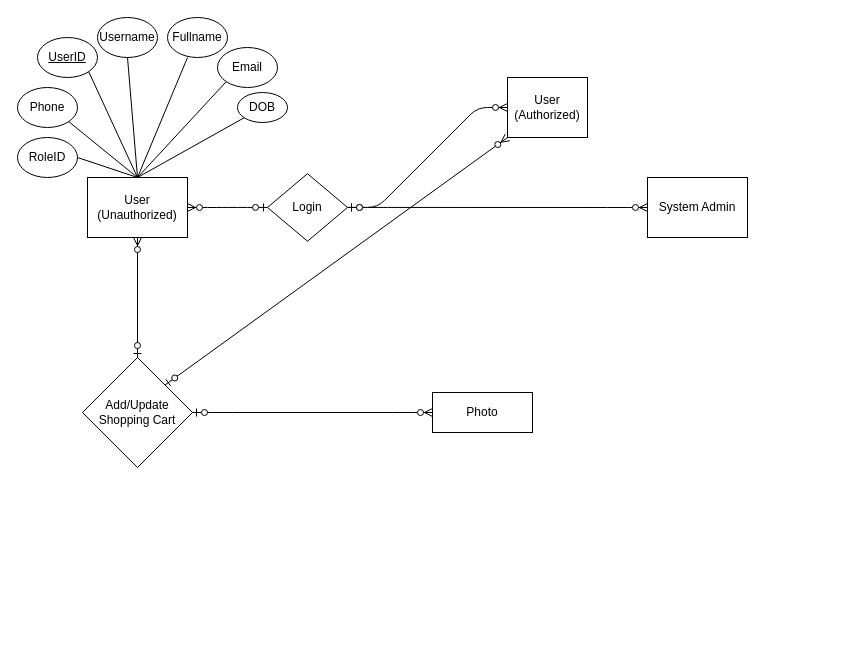
This is Untitled Diagram.drawio from guffghoul/capstone_blockchain, a draw.io file, before an edit. Source tidied: cells renumbered, new cells numbered last; positions are measured from the earlier drawing's top-left corner, leaving out a move shared by most shapes. Both pictures are drawn from the tidied source at 100%, with x=0, y=0 at pixel (17, 17).
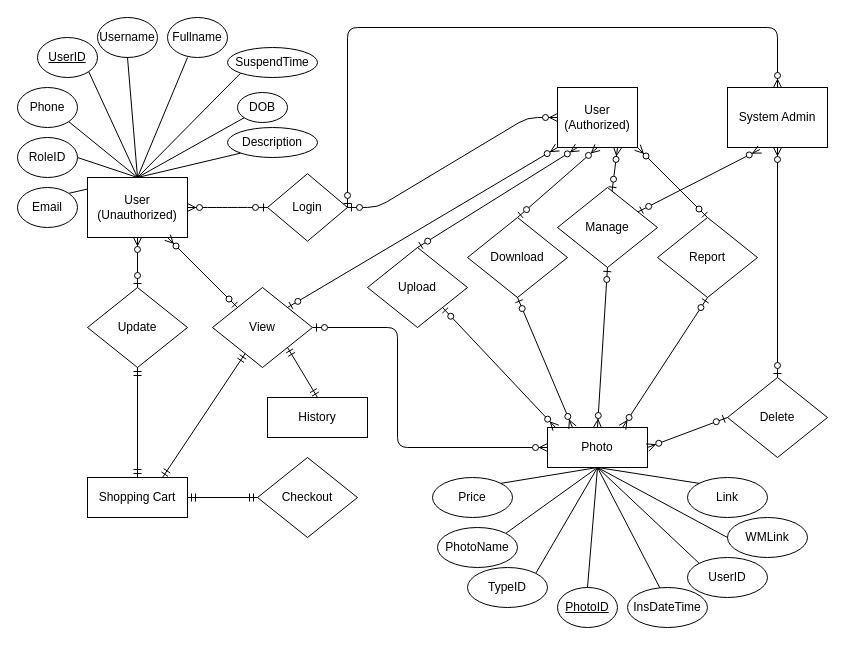
After the change.

The change refers to these unchanged cells:
```xml
<mxCell id="2" value="User (Unauthorized)" style="rounded=0;whiteSpace=wrap;html=1;" parent="1" vertex="1">
  <mxGeometry x="70" y="160" width="100" height="60" as="geometry" />
</mxCell>
<mxCell id="20" value="Login" style="rhombus;whiteSpace=wrap;html=1;" parent="1" vertex="1">
  <mxGeometry x="250" y="156.2" width="80" height="67.5" as="geometry" />
</mxCell>
```

Change to the diagram source:
```diff
@@
+    <mxCell id="15" style="endArrow=none;html=1;entryX=1;entryY=0;entryDx=0;entryDy=0;exitX=0.5;exitY=0;exitDx=0;exitDy=0;" parent="1" edge="1" source="2" target="11">
+      <mxGeometry relative="1" as="geometry" />
+    </mxCell>
@@
-    <mxCell id="3" value="Add/Update Shopping Cart" style="rhombus;whiteSpace=wrap;html=1;" parent="1" vertex="1">
-      <mxGeometry x="65" y="340" width="110" height="110" as="geometry" />
+    <mxCell id="3" value="View" style="rhombus;whiteSpace=wrap;html=1;" parent="1" vertex="1">
+      <mxGeometry x="195" y="270" width="100" height="80" as="geometry" />
     </mxCell>
     <mxCell id="4" value="Photo" style="rounded=0;whiteSpace=wrap;html=1;" parent="1" vertex="1">
-      <mxGeometry x="415" y="375" width="100" height="40" as="geometry" />
+      <mxGeometry x="530" y="410" width="100" height="40" as="geometry" />
     </mxCell>
@@
     <mxCell id="11" value="Email" style="ellipse;whiteSpace=wrap;html=1;" parent="1" vertex="1">
-      <mxGeometry x="200" y="30" width="60" height="40" as="geometry" />
+      <mxGeometry y="170" width="60" height="40" as="geometry" />
     </mxCell>
@@
-    <mxCell id="15" style="endArrow=none;html=1;entryX=0;entryY=1;entryDx=0;entryDy=0;exitX=0.5;exitY=0;exitDx=0;exitDy=0;" parent="1" edge="1" source="2" target="11">
-      <mxGeometry relative="1" as="geometry" />
-    </mxCell>
@@
-    <mxCell id="19" style="edgeStyle=entityRelationEdgeStyle;fontSize=12;html=1;endArrow=ERzeroToMany;startArrow=ERzeroToOne;entryX=0;entryY=0.5;entryDx=0;entryDy=0;exitX=1;exitY=0.5;exitDx=0;exitDy=0;" parent="1" edge="1" source="3" target="4">
-      <mxGeometry relative="1" as="geometry" />
+    <mxCell id="19" style="edgeStyle=orthogonalEdgeStyle;fontSize=12;html=1;endArrow=ERzeroToMany;startArrow=ERzeroToOne;entryX=0;entryY=0.5;entryDx=0;entryDy=0;exitX=1;exitY=0.5;exitDx=0;exitDy=0;" parent="1" edge="1" source="3" target="4">
+      <mxGeometry relative="1" as="geometry">
+        <Array as="points">
+          <mxPoint x="380" y="310" />
+          <mxPoint x="380" y="430" />
+        </Array>
+      </mxGeometry>
     </mxCell>
@@
     <mxCell id="22" value="User (Authorized)" style="rounded=0;whiteSpace=wrap;html=1;" parent="1" vertex="1">
-      <mxGeometry x="490" y="60" width="80" height="60" as="geometry" />
+      <mxGeometry x="540" y="70" width="80" height="60" as="geometry" />
     </mxCell>
@@
     <mxCell id="24" value="System Admin" style="rounded=0;whiteSpace=wrap;html=1;" parent="1" vertex="1">
-      <mxGeometry x="630" y="160" width="100" height="60" as="geometry" />
+      <mxGeometry x="710" y="70" width="100" height="60" as="geometry" />
     </mxCell>
-    <mxCell id="25" style="edgeStyle=entityRelationEdgeStyle;fontSize=12;html=1;endArrow=ERzeroToMany;startArrow=ERzeroToOne;entryX=0;entryY=0.5;entryDx=0;entryDy=0;exitX=1;exitY=0.5;exitDx=0;exitDy=0;" parent="1" edge="1" source="20" target="24">
-      <mxGeometry relative="1" as="geometry" />
+    <mxCell id="25" style="edgeStyle=orthogonalEdgeStyle;fontSize=12;html=1;endArrow=ERzeroToMany;startArrow=ERzeroToOne;entryX=0.5;entryY=0;entryDx=0;entryDy=0;exitX=1;exitY=0.5;exitDx=0;exitDy=0;" parent="1" edge="1" source="20" target="24">
+      <mxGeometry relative="1" as="geometry">
+        <Array as="points">
+          <mxPoint x="330" y="10" />
+          <mxPoint x="760" y="10" />
+        </Array>
+      </mxGeometry>
     </mxCell>
-    <mxCell id="26" style="fontSize=12;html=1;endArrow=ERzeroToMany;startArrow=ERzeroToOne;exitX=0.5;exitY=0;exitDx=0;exitDy=0;" parent="1" edge="1" source="3" target="2">
+    <mxCell id="26" style="fontSize=12;html=1;endArrow=ERzeroToMany;startArrow=ERzeroToOne;exitX=0;exitY=0;exitDx=0;exitDy=0;" parent="1" edge="1" source="3" target="2">
       <mxGeometry relative="1" as="geometry" />
     </mxCell>
@@
+    <mxCell id="28" value="Description" style="ellipse;whiteSpace=wrap;html=1;" parent="1" vertex="1">
+      <mxGeometry x="210" y="110" width="90" height="30" as="geometry" />
+    </mxCell>
+    <mxCell id="29" style="endArrow=none;html=1;entryX=0;entryY=1;entryDx=0;entryDy=0;" parent="1" edge="1" target="28">
+      <mxGeometry relative="1" as="geometry">
+        <mxPoint x="120" y="160" as="sourcePoint" />
+      </mxGeometry>
+    </mxCell>
+    <mxCell id="30" value="SuspendTime" style="ellipse;whiteSpace=wrap;html=1;" parent="1" vertex="1">
+      <mxGeometry x="210" y="30" width="90" height="30" as="geometry" />
+    </mxCell>
+    <mxCell id="31" style="endArrow=none;html=1;entryX=0;entryY=1;entryDx=0;entryDy=0;" parent="1" edge="1" target="30">
+      <mxGeometry relative="1" as="geometry">
+        <mxPoint x="120" y="160" as="sourcePoint" />
+      </mxGeometry>
+    </mxCell>
+    <mxCell id="32" value="Shopping Cart" style="rounded=0;whiteSpace=wrap;html=1;" parent="1" vertex="1">
+      <mxGeometry x="70" y="460" width="100" height="40" as="geometry" />
+    </mxCell>
+    <mxCell id="33" style="fontSize=12;html=1;endArrow=ERmandOne;startArrow=ERmandOne;exitX=0.75;exitY=0;exitDx=0;exitDy=0;" parent="1" edge="1" source="32" target="3">
+      <mxGeometry relative="1" as="geometry" />
+    </mxCell>
+    <mxCell id="34" value="Update" style="rhombus;whiteSpace=wrap;html=1;" parent="1" vertex="1">
+      <mxGeometry x="70" y="270" width="100" height="80" as="geometry" />
+    </mxCell>
+    <mxCell id="35" style="fontSize=12;html=1;endArrow=ERmandOne;startArrow=ERmandOne;exitX=0.5;exitY=0;exitDx=0;exitDy=0;entryX=0.5;entryY=1;entryDx=0;entryDy=0;" parent="1" edge="1" source="32" target="34">
+      <mxGeometry relative="1" as="geometry" />
+    </mxCell>
+    <mxCell id="36" style="fontSize=12;html=1;endArrow=ERzeroToMany;startArrow=ERzeroToOne;exitX=0.5;exitY=0;exitDx=0;exitDy=0;entryX=0.5;entryY=1;entryDx=0;entryDy=0;" parent="1" edge="1" source="34" target="2">
+      <mxGeometry relative="1" as="geometry" />
+    </mxCell>
+    <mxCell id="37" value="Upload" style="rhombus;whiteSpace=wrap;html=1;" parent="1" vertex="1">
+      <mxGeometry x="350" y="230" width="100" height="80" as="geometry" />
+    </mxCell>
+    <mxCell id="38" value="Download" style="rhombus;whiteSpace=wrap;html=1;" parent="1" vertex="1">
+      <mxGeometry x="450" y="200" width="100" height="80" as="geometry" />
+    </mxCell>
+    <mxCell id="39" value="Manage" style="rhombus;whiteSpace=wrap;html=1;" parent="1" vertex="1">
+      <mxGeometry x="540" y="170" width="100" height="80" as="geometry" />
+    </mxCell>
+    <mxCell id="40" value="Delete" style="rhombus;whiteSpace=wrap;html=1;" parent="1" vertex="1">
+      <mxGeometry x="710" y="360" width="100" height="80" as="geometry" />
+    </mxCell>
+    <mxCell id="41" style="fontSize=12;html=1;endArrow=ERzeroToMany;startArrow=ERzeroToOne;entryX=0.5;entryY=1;entryDx=0;entryDy=0;" parent="1" edge="1" source="40" target="24">
+      <mxGeometry relative="1" as="geometry" />
+    </mxCell>
+    <mxCell id="42" style="fontSize=12;html=1;endArrow=ERzeroToMany;startArrow=ERzeroToOne;entryX=0.5;entryY=1;entryDx=0;entryDy=0;exitX=0.5;exitY=0;exitDx=0;exitDy=0;" parent="1" edge="1" source="38" target="22">
+      <mxGeometry relative="1" as="geometry" />
+    </mxCell>
+    <mxCell id="43" style="fontSize=12;html=1;endArrow=ERzeroToMany;startArrow=ERzeroToOne;entryX=0.25;entryY=1;entryDx=0;entryDy=0;exitX=0.5;exitY=0;exitDx=0;exitDy=0;" parent="1" edge="1" source="37" target="22">
+      <mxGeometry relative="1" as="geometry" />
+    </mxCell>
+    <mxCell id="44" style="fontSize=12;html=1;endArrow=ERzeroToMany;startArrow=ERzeroToOne;entryX=0.324;entryY=1.033;entryDx=0;entryDy=0;entryPerimeter=0;" parent="1" edge="1" source="39" target="24">
+      <mxGeometry relative="1" as="geometry" />
+    </mxCell>
+    <mxCell id="45" style="fontSize=12;html=1;endArrow=ERzeroToMany;startArrow=ERzeroToOne;entryX=0.75;entryY=1;entryDx=0;entryDy=0;" parent="1" edge="1" source="39" target="22">
+      <mxGeometry relative="1" as="geometry" />
+    </mxCell>
+    <mxCell id="46" style="fontSize=12;html=1;endArrow=ERzeroToMany;startArrow=ERzeroToOne;entryX=1;entryY=0.5;entryDx=0;entryDy=0;exitX=0;exitY=0.5;exitDx=0;exitDy=0;" parent="1" edge="1" source="40" target="4">
+      <mxGeometry relative="1" as="geometry" />
+    </mxCell>
+    <mxCell id="47" style="fontSize=12;html=1;endArrow=ERmandOne;startArrow=ERmandOne;exitX=0.5;exitY=0;exitDx=0;exitDy=0;entryX=1;entryY=1;entryDx=0;entryDy=0;" parent="1" edge="1" source="48" target="3">
+      <mxGeometry relative="1" as="geometry" />
+    </mxCell>
+    <mxCell id="48" value="History" style="rounded=0;whiteSpace=wrap;html=1;" parent="1" vertex="1">
+      <mxGeometry x="250" y="380" width="100" height="40" as="geometry" />
+    </mxCell>
+    <mxCell id="49" value="Checkout" style="rhombus;whiteSpace=wrap;html=1;" parent="1" vertex="1">
+      <mxGeometry x="240" y="440" width="100" height="80" as="geometry" />
+    </mxCell>
+    <mxCell id="50" style="fontSize=12;html=1;endArrow=ERmandOne;startArrow=ERmandOne;exitX=1;exitY=0.5;exitDx=0;exitDy=0;entryX=0;entryY=0.5;entryDx=0;entryDy=0;" parent="1" edge="1" source="32" target="49">
+      <mxGeometry relative="1" as="geometry" />
+    </mxCell>
+    <mxCell id="51" style="fontSize=12;html=1;endArrow=ERzeroToMany;startArrow=ERzeroToOne;entryX=0.084;entryY=0.01;entryDx=0;entryDy=0;exitX=1;exitY=1;exitDx=0;exitDy=0;entryPerimeter=0;" parent="1" edge="1" source="37" target="4">
+      <mxGeometry relative="1" as="geometry" />
+    </mxCell>
+    <mxCell id="52" style="fontSize=12;html=1;endArrow=ERzeroToMany;startArrow=ERzeroToOne;entryX=0.25;entryY=0;entryDx=0;entryDy=0;exitX=0.5;exitY=1;exitDx=0;exitDy=0;" parent="1" edge="1" source="38" target="4">
+      <mxGeometry relative="1" as="geometry" />
+    </mxCell>
+    <mxCell id="53" style="fontSize=12;html=1;endArrow=ERzeroToMany;startArrow=ERzeroToOne;entryX=0.5;entryY=0;entryDx=0;entryDy=0;exitX=0.5;exitY=1;exitDx=0;exitDy=0;" parent="1" edge="1" source="39" target="4">
+      <mxGeometry relative="1" as="geometry" />
+    </mxCell>
+    <mxCell id="54" value="Report" style="rhombus;whiteSpace=wrap;html=1;" parent="1" vertex="1">
+      <mxGeometry x="640" y="200" width="100" height="80" as="geometry" />
+    </mxCell>
+    <mxCell id="55" style="fontSize=12;html=1;endArrow=ERzeroToMany;startArrow=ERzeroToOne;entryX=0.75;entryY=0;entryDx=0;entryDy=0;exitX=0.5;exitY=1;exitDx=0;exitDy=0;" parent="1" edge="1" source="54" target="4">
+      <mxGeometry relative="1" as="geometry" />
+    </mxCell>
+    <mxCell id="56" style="fontSize=12;html=1;endArrow=ERzeroToMany;startArrow=ERzeroToOne;entryX=1;entryY=1;entryDx=0;entryDy=0;exitX=0.5;exitY=0;exitDx=0;exitDy=0;" parent="1" edge="1" source="54" target="22">
+      <mxGeometry relative="1" as="geometry" />
+    </mxCell>
+    <mxCell id="57" value="&lt;u&gt;PhotoID&lt;/u&gt;" style="ellipse;whiteSpace=wrap;html=1;shadow=0;sketch=0;gradientColor=#ffffff;" parent="1" vertex="1">
+      <mxGeometry x="540" y="570" width="60" height="40" as="geometry" />
+    </mxCell>
+    <mxCell id="58" value="PhotoName" style="ellipse;whiteSpace=wrap;html=1;" parent="1" vertex="1">
+      <mxGeometry x="420" y="510" width="80" height="40" as="geometry" />
+    </mxCell>
+    <mxCell id="59" value="Link" style="ellipse;whiteSpace=wrap;html=1;" parent="1" vertex="1">
+      <mxGeometry x="670" y="460" width="80" height="40" as="geometry" />
+    </mxCell>
+    <mxCell id="60" value="WMLink" style="ellipse;whiteSpace=wrap;html=1;" parent="1" vertex="1">
+      <mxGeometry x="710" y="500" width="80" height="40" as="geometry" />
+    </mxCell>
+    <mxCell id="61" value="Price" style="ellipse;whiteSpace=wrap;html=1;" parent="1" vertex="1">
+      <mxGeometry x="415" y="460" width="80" height="40" as="geometry" />
+    </mxCell>
+    <mxCell id="62" value="TypeID" style="ellipse;whiteSpace=wrap;html=1;" parent="1" vertex="1">
+      <mxGeometry x="450" y="550" width="80" height="40" as="geometry" />
+    </mxCell>
+    <mxCell id="63" value="UserID" style="ellipse;whiteSpace=wrap;html=1;" parent="1" vertex="1">
+      <mxGeometry x="670" y="540" width="80" height="40" as="geometry" />
+    </mxCell>
+    <mxCell id="64" value="InsDateTime" style="ellipse;whiteSpace=wrap;html=1;" parent="1" vertex="1">
+      <mxGeometry x="610" y="570" width="80" height="40" as="geometry" />
+    </mxCell>
+    <mxCell id="65" style="endArrow=none;html=1;entryX=0.5;entryY=1;entryDx=0;entryDy=0;exitX=1;exitY=0;exitDx=0;exitDy=0;" parent="1" edge="1" source="61" target="4">
+      <mxGeometry relative="1" as="geometry" />
+    </mxCell>
+    <mxCell id="66" style="endArrow=none;html=1;exitX=1;exitY=0;exitDx=0;exitDy=0;" parent="1" edge="1" source="58">
+      <mxGeometry relative="1" as="geometry">
+        <mxPoint x="580" y="450" as="targetPoint" />
+      </mxGeometry>
+    </mxCell>
+    <mxCell id="67" style="endArrow=none;html=1;entryX=0.5;entryY=1;entryDx=0;entryDy=0;exitX=1;exitY=0;exitDx=0;exitDy=0;" parent="1" edge="1" source="62" target="4">
+      <mxGeometry relative="1" as="geometry" />
+    </mxCell>
+    <mxCell id="68" style="endArrow=none;html=1;entryX=0.5;entryY=1;entryDx=0;entryDy=0;exitX=0.5;exitY=0;exitDx=0;exitDy=0;" parent="1" edge="1" source="57" target="4">
+      <mxGeometry relative="1" as="geometry" />
+    </mxCell>
+    <mxCell id="69" style="endArrow=none;html=1;exitX=0.405;exitY=0.01;exitDx=0;exitDy=0;exitPerimeter=0;" parent="1" edge="1" source="64">
+      <mxGeometry relative="1" as="geometry">
+        <mxPoint x="580" y="450" as="targetPoint" />
+      </mxGeometry>
+    </mxCell>
+    <mxCell id="70" style="endArrow=none;html=1;entryX=0;entryY=0;entryDx=0;entryDy=0;" parent="1" edge="1" target="59">
+      <mxGeometry relative="1" as="geometry">
+        <mxPoint x="580" y="450" as="sourcePoint" />
+      </mxGeometry>
+    </mxCell>
+    <mxCell id="71" style="endArrow=none;html=1;entryX=0;entryY=0.5;entryDx=0;entryDy=0;" parent="1" edge="1" target="60">
+      <mxGeometry relative="1" as="geometry">
+        <mxPoint x="580" y="450" as="sourcePoint" />
+      </mxGeometry>
+    </mxCell>
+    <mxCell id="72" style="endArrow=none;html=1;entryX=0;entryY=0;entryDx=0;entryDy=0;" parent="1" edge="1" target="63">
+      <mxGeometry relative="1" as="geometry">
+        <mxPoint x="580" y="450" as="sourcePoint" />
+      </mxGeometry>
+    </mxCell>
```
